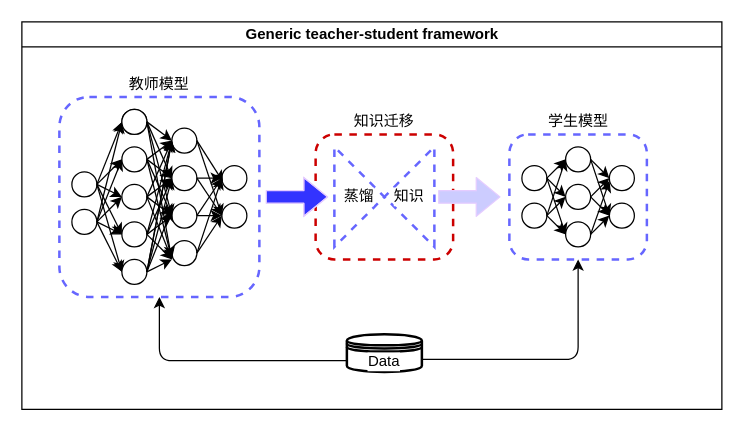
Noeverer/git_leetcode keeps this draw.io diagram as algorithm_mindmap/未命名绘图.drawio. Above is the earlier version. Source tidied: cells renumbered, new cells numbered last; positions are measured from the earlier drawing's top-left corner, leaving out a move shared by most shapes. Both pictures are drawn from the tidied source at 125%, with x=0, y=0 at pixel (21, 21).
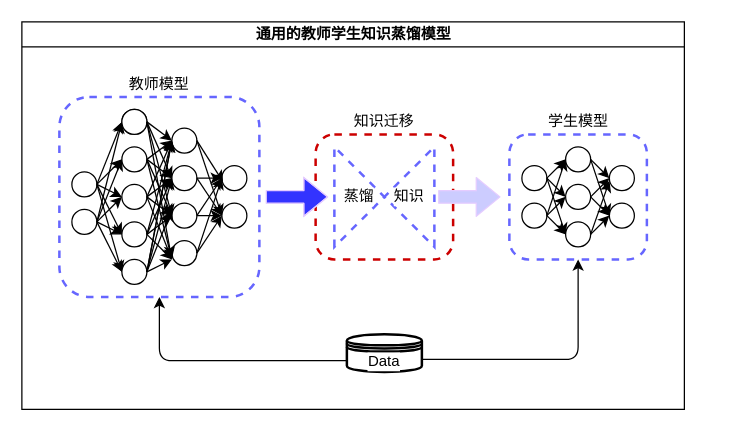
The same diagram, later.

Commit message (it also covers changes not shown here):
更新未命名绘图.drawio

What changed in the source:
```diff
@@
-    <mxCell id="2" value="Generic teacher-student framework" style="swimlane;html=1;startSize=20;horizontal=1;containerType=tree;glass=0;" parent="1" vertex="1">
-      <mxGeometry width="560" height="310" as="geometry" />
+    <mxCell id="2" value="通用的教师学生知识蒸馏模型" style="swimlane;html=1;startSize=20;horizontal=1;containerType=tree;glass=0;" parent="1" vertex="1">
+      <mxGeometry width="530" height="310" as="geometry" />
     </mxCell>
```
